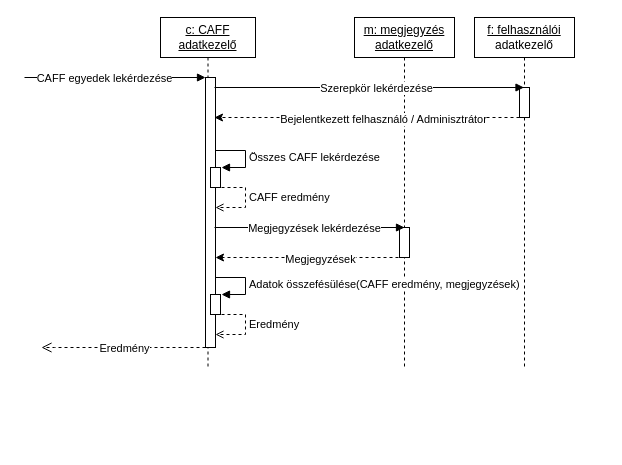
This is doc/editable_files/search_seq.drawio from amadehegedus/cool, a draw.io file, before an edit. Source tidied: cells renumbered, new cells numbered last; positions are measured from the earlier drawing's top-left corner, leaving out a move shared by most shapes. Both pictures are drawn from the tidied source at 100%, with x=0, y=0 at pixel (24, 17).
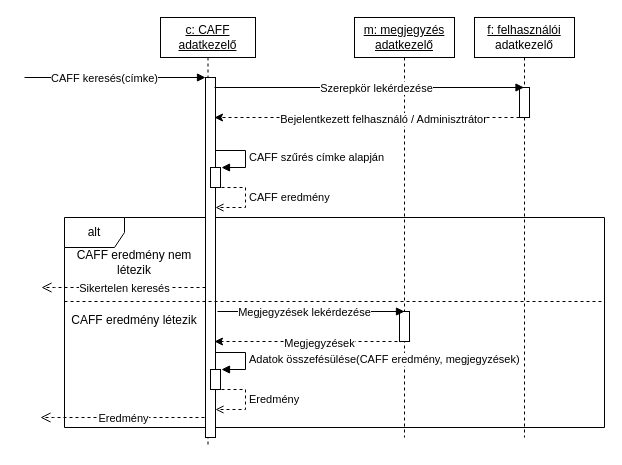
After the change.

The edit, as a diff of the source:
```diff
@@
+    <mxCell id="22" value="alt" style="shape=umlFrame;whiteSpace=wrap;html=1;" parent="1" vertex="1">
+      <mxGeometry x="40" y="200" width="540" height="210" as="geometry" />
+    </mxCell>
     <mxCell id="2" value="&lt;u&gt;m: megjegyzés&lt;br&gt;adatkezelő&lt;/u&gt;" style="shape=umlLifeline;perimeter=lifelinePerimeter;whiteSpace=wrap;html=1;" parent="1" vertex="1">
-      <mxGeometry x="330" width="100" height="350" as="geometry" />
+      <mxGeometry x="330" width="100" height="420" as="geometry" />
     </mxCell>
     <mxCell id="3" style="html=1;points=[];perimeter=orthogonalPerimeter;" parent="2" vertex="1">
-      <mxGeometry x="45" y="210" width="10" height="30" as="geometry" />
+      <mxGeometry x="45" y="294" width="10" height="30" as="geometry" />
     </mxCell>
     <mxCell id="4" value="&lt;u&gt;f: felhasználói&lt;br&gt;&lt;/u&gt;adatkezelő" style="shape=umlLifeline;perimeter=lifelinePerimeter;whiteSpace=wrap;html=1;outlineConnect=0;" parent="1" vertex="1">
-      <mxGeometry x="450" width="100" height="350" as="geometry" />
+      <mxGeometry x="450" width="100" height="420" as="geometry" />
     </mxCell>
@@
     <mxCell id="8" value="&lt;u&gt;c: CAFF&lt;br&gt;adatkezelő&lt;br&gt;&lt;/u&gt;" style="shape=umlLifeline;perimeter=lifelinePerimeter;whiteSpace=wrap;html=1;" parent="1" vertex="1">
-      <mxGeometry x="136" width="95" height="350" as="geometry" />
+      <mxGeometry x="136" width="95" height="430" as="geometry" />
     </mxCell>
     <mxCell id="9" style="html=1;points=[];perimeter=orthogonalPerimeter;" parent="8" vertex="1">
-      <mxGeometry x="45" y="60" width="10" height="270" as="geometry" />
+      <mxGeometry x="45" y="60" width="10" height="360" as="geometry" />
     </mxCell>
-    <mxCell id="10" value="CAFF egyedek lekérdezése" style="html=1;verticalAlign=bottom;endArrow=block;entryX=0;entryY=0;rounded=0;" parent="8" edge="1" target="9">
+    <mxCell id="10" value="CAFF keresés(címke)" style="html=1;verticalAlign=bottom;endArrow=block;entryX=0;entryY=0;rounded=0;" parent="8" edge="1" target="9">
       <mxGeometry x="-0.12" y="-10" relative="1" as="geometry">
         <mxPoint x="-136" y="60" as="sourcePoint" />
       </mxGeometry>
     </mxCell>
@@
-    <mxCell id="12" value="Összes CAFF lekérdezése" style="edgeStyle=orthogonalEdgeStyle;html=1;align=left;spacingLeft=2;endArrow=block;rounded=0;" parent="8" edge="1">
+    <mxCell id="12" value="CAFF szűrés címke alapján" style="edgeStyle=orthogonalEdgeStyle;html=1;align=left;spacingLeft=2;endArrow=block;rounded=0;" parent="8" edge="1">
       <mxGeometry x="0.04" relative="1" as="geometry">
         <mxPoint x="55" y="133" as="sourcePoint" />
         <mxPoint x="61" y="150" as="targetPoint" />
         <Array as="points">
           <mxPoint x="85" y="133" />
           <mxPoint x="85" y="150" />
           <mxPoint x="61" y="150" />
         </Array>
       </mxGeometry>
     </mxCell>
     <mxCell id="13" style="html=1;perimeter=orthogonalPerimeter;" parent="8" vertex="1">
-      <mxGeometry x="50" y="277" width="10" height="20" as="geometry" />
+      <mxGeometry x="50" y="352" width="10" height="20" as="geometry" />
     </mxCell>
     <mxCell id="14" value="Adatok összefésülése(CAFF eredmény, megjegyzések)" style="edgeStyle=orthogonalEdgeStyle;html=1;align=left;spacingLeft=2;endArrow=block;rounded=0;" parent="8" edge="1">
       <mxGeometry x="0.04" relative="1" as="geometry">
-        <mxPoint x="55" y="260" as="sourcePoint" />
-        <mxPoint x="61" y="277" as="targetPoint" />
+        <mxPoint x="55" y="335" as="sourcePoint" />
+        <mxPoint x="61" y="352" as="targetPoint" />
         <Array as="points">
-          <mxPoint x="85" y="260" />
-          <mxPoint x="85" y="277" />
-          <mxPoint x="61" y="277" />
+          <mxPoint x="85" y="335" />
+          <mxPoint x="85" y="352" />
+          <mxPoint x="61" y="352" />
         </Array>
       </mxGeometry>
     </mxCell>
-    <mxCell id="15" value="Eredmény" style="html=1;verticalAlign=bottom;endArrow=open;dashed=1;endSize=8;rounded=0;" parent="8" edge="1">
+    <mxCell id="15" value="Sikertelen keresés" style="html=1;verticalAlign=bottom;endArrow=open;dashed=1;endSize=8;rounded=0;" parent="8" edge="1">
       <mxGeometry x="-0.01" y="10" relative="1" as="geometry">
-        <mxPoint x="45" y="330" as="sourcePoint" />
-        <mxPoint x="-119" y="330" as="targetPoint" />
+        <mxPoint x="45" y="270" as="sourcePoint" />
+        <mxPoint x="-119" y="270" as="targetPoint" />
         <Array as="points">
-          <mxPoint x="-106" y="330" />
+          <mxPoint x="-106" y="270" />
         </Array>
       </mxGeometry>
     </mxCell>
@@
     <mxCell id="17" value="Eredmény" style="edgeStyle=orthogonalEdgeStyle;html=1;align=left;spacingLeft=2;endArrow=open;rounded=0;entryX=1;entryY=0.192;entryDx=0;entryDy=0;entryPerimeter=0;dashed=1;endFill=0;" parent="8" edge="1">
       <mxGeometry relative="1" as="geometry">
-        <mxPoint x="55" y="297" as="sourcePoint" />
-        <mxPoint x="55" y="317" as="targetPoint" />
+        <mxPoint x="55" y="372" as="sourcePoint" />
+        <mxPoint x="55" y="392" as="targetPoint" />
         <Array as="points">
-          <mxPoint x="85" y="297" />
-          <mxPoint x="85" y="317" />
+          <mxPoint x="85" y="372" />
+          <mxPoint x="85" y="392" />
         </Array>
       </mxGeometry>
     </mxCell>
+    <mxCell id="20" value="Szerepkör lekérdezése" style="html=1;verticalAlign=bottom;endArrow=block;rounded=0;" parent="1" edge="1" target="4">
+      <mxGeometry x="0.05" y="-10" relative="1" as="geometry">
+        <mxPoint x="190" y="70" as="sourcePoint" />
+      </mxGeometry>
+    </mxCell>
+    <mxCell id="21" value="Megjegyzések lekérdezése" style="html=1;verticalAlign=bottom;endArrow=block;rounded=0;entryX=0.5;entryY=0;entryDx=0;entryDy=0;entryPerimeter=0;" parent="1" edge="1">
+      <mxGeometry x="-0.07" y="-10" relative="1" as="geometry">
+        <mxPoint x="193" y="294" as="sourcePoint" />
+        <mxPoint x="380" y="294" as="targetPoint" />
+      </mxGeometry>
+    </mxCell>
+    <mxCell id="23" style="line;strokeWidth=1;fillColor=none;align=left;verticalAlign=middle;spacingTop=-1;spacingLeft=3;spacingRight=3;labelPosition=right;dashed=1;" parent="1" vertex="1">
+      <mxGeometry x="40" y="280" width="540" height="8" as="geometry" />
+    </mxCell>
+    <mxCell id="24" value="CAFF eredmény nem létezik" style="text;html=1;strokeColor=none;fillColor=none;align=center;verticalAlign=middle;whiteSpace=wrap;rounded=0;dashed=1;" parent="1" vertex="1">
+      <mxGeometry x="40" y="230" width="140" height="30" as="geometry" />
+    </mxCell>
-    <mxCell id="18" style="edgeStyle=orthogonalEdgeStyle;rounded=0;orthogonalLoop=1;jettySize=auto;html=1;dashed=1;" parent="8" edge="1">
+    <mxCell id="18" style="edgeStyle=orthogonalEdgeStyle;rounded=0;orthogonalLoop=1;jettySize=auto;html=1;dashed=1;" parent="1" edge="1">
       <mxGeometry relative="1" as="geometry">
-        <mxPoint x="244" y="240" as="sourcePoint" />
-        <mxPoint x="55" y="240" as="targetPoint" />
+        <mxPoint x="379" y="324" as="sourcePoint" />
+        <mxPoint x="190" y="324" as="targetPoint" />
         <Array as="points">
-          <mxPoint x="55" y="240" />
+          <mxPoint x="190" y="324" />
         </Array>
       </mxGeometry>
     </mxCell>
@@
-    <mxCell id="20" value="Szerepkör lekérdezése" style="html=1;verticalAlign=bottom;endArrow=block;rounded=0;" parent="1" edge="1" target="4">
-      <mxGeometry x="0.05" y="-10" relative="1" as="geometry">
-        <mxPoint x="190" y="70" as="sourcePoint" />
-      </mxGeometry>
-    </mxCell>
-    <mxCell id="21" value="Megjegyzések lekérdezése" style="html=1;verticalAlign=bottom;endArrow=block;rounded=0;entryX=0.5;entryY=0;entryDx=0;entryDy=0;entryPerimeter=0;" parent="1" edge="1" target="3">
-      <mxGeometry x="0.05" y="-10" relative="1" as="geometry">
-        <mxPoint x="190" y="210" as="sourcePoint" />
-      </mxGeometry>
-    </mxCell>
+    <mxCell id="25" value="Eredmény" style="html=1;verticalAlign=bottom;endArrow=open;dashed=1;endSize=8;rounded=0;" parent="1" edge="1">
+      <mxGeometry x="-0.01" y="10" relative="1" as="geometry">
+        <mxPoint x="180" y="400" as="sourcePoint" />
+        <mxPoint x="16" y="400" as="targetPoint" />
+        <Array as="points">
+          <mxPoint x="29" y="400" />
+        </Array>
+      </mxGeometry>
+    </mxCell>
+    <mxCell id="26" value="CAFF eredmény létezik" style="text;html=1;strokeColor=none;fillColor=none;align=center;verticalAlign=middle;whiteSpace=wrap;rounded=0;dashed=1;" parent="1" vertex="1">
+      <mxGeometry x="40" y="288" width="140" height="30" as="geometry" />
+    </mxCell>
```
